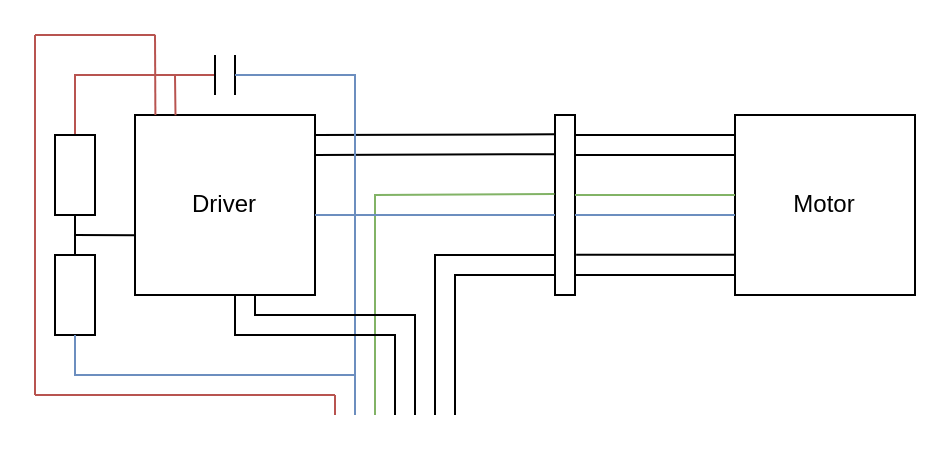
This is page "Actuators" (4 of 4) of Diagramme/Diagramme sans nom.drawio from Artpel1805/Beerator, a draw.io file, before an edit. Source tidied: cells renumbered, new cells numbered last; positions are measured from the earlier drawing's top-left corner, leaving out a move shared by most shapes. Both pictures are drawn from the tidied source at 200%, with x=0, y=0 at pixel (34, 34).
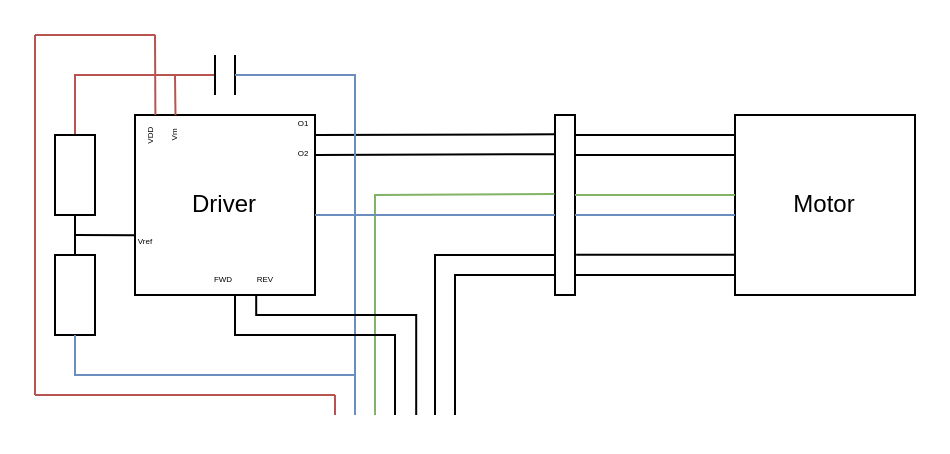
Above is the later version.

Change to the diagram source:
```diff
@@
     <mxCell id="18" style="endArrow=none;html=1;rounded=0;" parent="1" edge="1">
       <mxGeometry relative="1" as="geometry">
-        <mxPoint x="190" y="190" as="sourcePoint" />
-        <mxPoint x="110" y="130" as="targetPoint" />
+        <mxPoint x="190.6" y="190" as="sourcePoint" />
+        <mxPoint x="110.6" y="130" as="targetPoint" />
         <Array as="points">
-          <mxPoint x="190" y="140" />
-          <mxPoint x="110" y="140" />
+          <mxPoint x="190.6" y="140" />
+          <mxPoint x="110.6" y="140" />
         </Array>
       </mxGeometry>
     </mxCell>
@@
+    <mxCell id="37" value="&lt;font style=&quot;font-size: 4px;&quot;&gt;VDD&lt;/font&gt;" style="text;html=1;strokeColor=none;fillColor=none;align=center;verticalAlign=middle;whiteSpace=wrap;rounded=0;rotation=-90;" parent="1" vertex="1">
+      <mxGeometry x="50" y="50" width="11.2" height="0.6" as="geometry" />
+    </mxCell>
+    <mxCell id="38" value="&lt;font style=&quot;font-size: 4px;&quot;&gt;Vm&lt;/font&gt;" style="text;html=1;strokeColor=none;fillColor=none;align=center;verticalAlign=middle;whiteSpace=wrap;rounded=0;rotation=-90;" parent="1" vertex="1">
+      <mxGeometry x="61.2" y="49.4" width="11.2" height="0.6" as="geometry" />
+    </mxCell>
+    <mxCell id="39" value="&lt;font style=&quot;font-size: 4px;&quot;&gt;Vref&lt;/font&gt;" style="text;html=1;strokeColor=none;fillColor=none;align=center;verticalAlign=middle;whiteSpace=wrap;rounded=0;rotation=0;" parent="1" vertex="1">
+      <mxGeometry x="50" y="100" width="11.2" height="0.6" as="geometry" />
+    </mxCell>
+    <mxCell id="40" value="&lt;span style=&quot;font-size: 4px;&quot;&gt;FWD&lt;/span&gt;" style="text;html=1;strokeColor=none;fillColor=none;align=center;verticalAlign=middle;whiteSpace=wrap;rounded=0;rotation=0;" parent="1" vertex="1">
+      <mxGeometry x="89.4" y="115" width="11.2" height="10.6" as="geometry" />
+    </mxCell>
+    <mxCell id="41" value="&lt;span style=&quot;font-size: 4px;&quot;&gt;REV&lt;/span&gt;" style="text;html=1;strokeColor=none;fillColor=none;align=center;verticalAlign=middle;whiteSpace=wrap;rounded=0;rotation=0;" parent="1" vertex="1">
+      <mxGeometry x="110" y="115" width="11.2" height="10.6" as="geometry" />
+    </mxCell>
+    <mxCell id="42" value="&lt;span style=&quot;font-size: 4px;&quot;&gt;O1&lt;br&gt;O2&lt;br&gt;&lt;/span&gt;" style="text;html=1;strokeColor=none;fillColor=none;align=center;verticalAlign=middle;whiteSpace=wrap;rounded=0;rotation=0;" parent="1" vertex="1">
+      <mxGeometry x="128.8" y="48.7" width="11.2" height="0.6" as="geometry" />
+    </mxCell>
```
